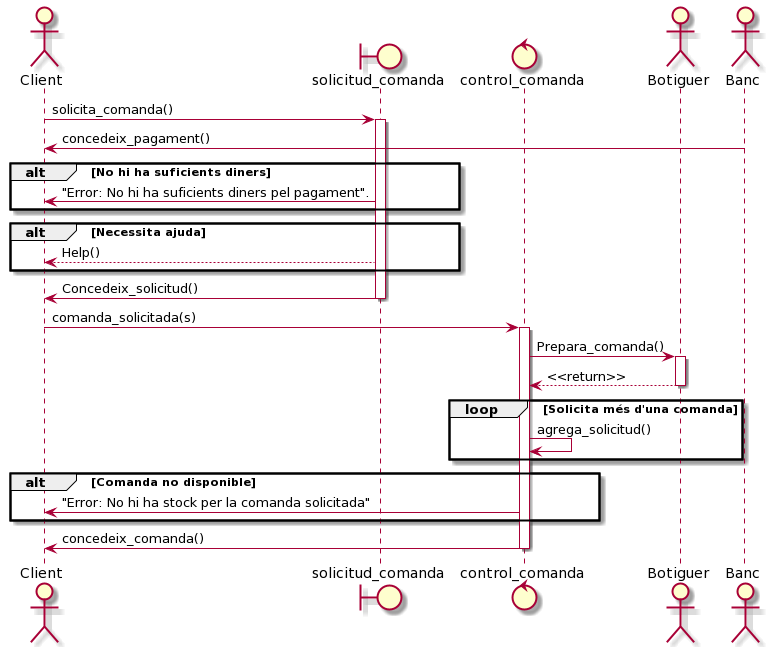
This is diagrams/sprint3_diag_sequencia_solicitud_comanda.png from polpagesdev/delivery-app, a PlantUML export, as it was before one commit.
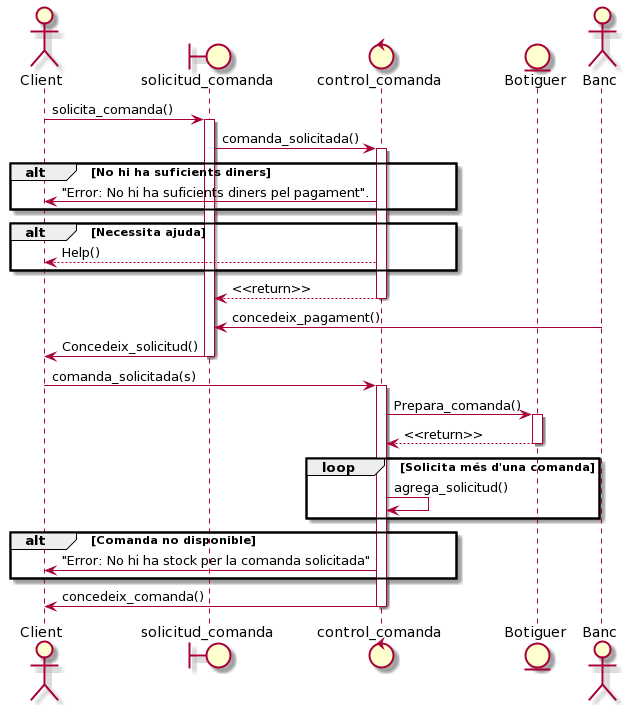
After the commit.

Change to the diagram source:
```diff
@@ -2,18 +2,21 @@
 actor Client
 boundary solicitud_comanda
 control control_comanda
-actor Botiguer
+entity Botiguer
 actor Banc
 Client -> solicitud_comanda : solicita_comanda()
 activate solicitud_comanda
-
-Banc -> Client: concedeix_pagament()
+solicitud_comanda -> control_comanda: comanda_solicitada()
+activate control_comanda
 alt No hi ha suficients diners
-   solicitud_comanda -> Client : "Error: No hi ha suficients diners pel pagament".
+   control_comanda -> Client : "Error: No hi ha suficients diners pel pagament".
 end
 alt Necessita ajuda
-   solicitud_comanda --> Client: Help()
+   control_comanda --> Client: Help()
 end
+control_comanda --> solicitud_comanda: <<return>>
+deactivate control_comanda
+Banc -> solicitud_comanda: concedeix_pagament()
 solicitud_comanda -> Client : Concedeix_solicitud()
 deactivate solicitud_comanda
 Client -> control_comanda: comanda_solicitada(s)
```
